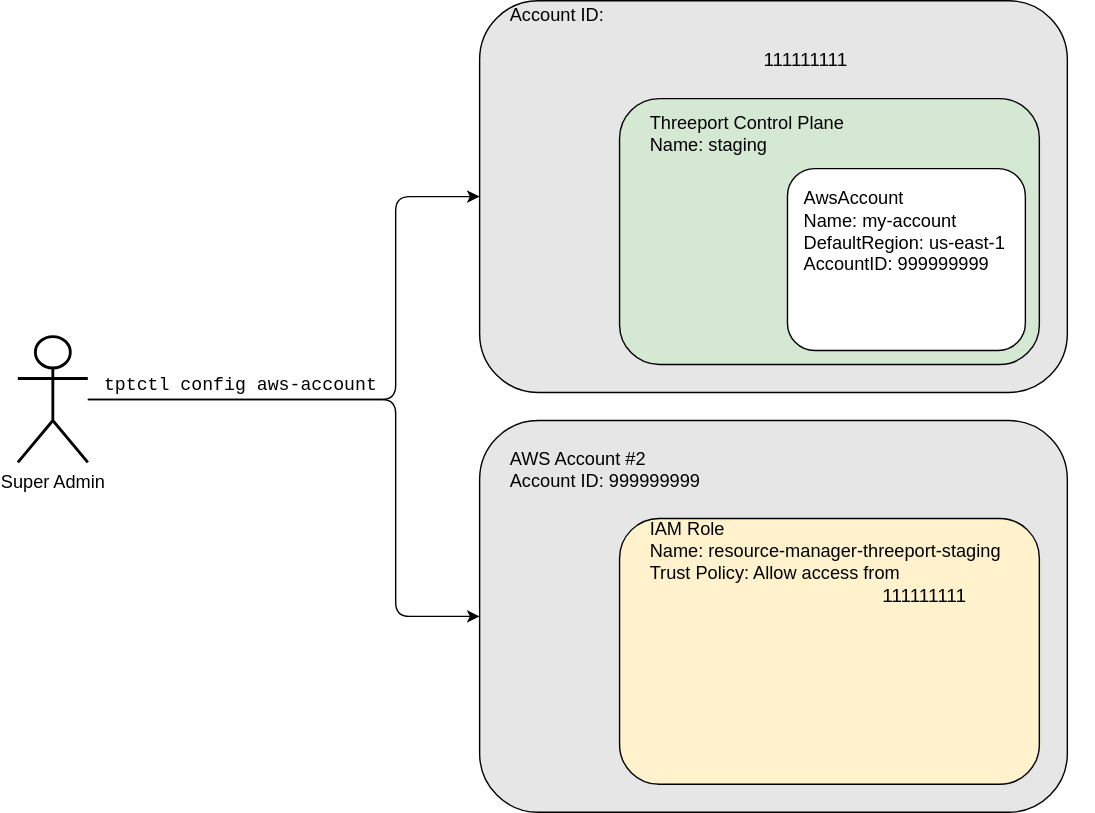
Before: docs/docs/img/ThreeportCrossAccountPermissions.drawio.svg, a diagram exported from draw.io (threeport/threeport). Source tidied: cells renumbered, new cells last; positions are measured from the earlier drawing's top-left corner, leaving out a move shared by most shapes.
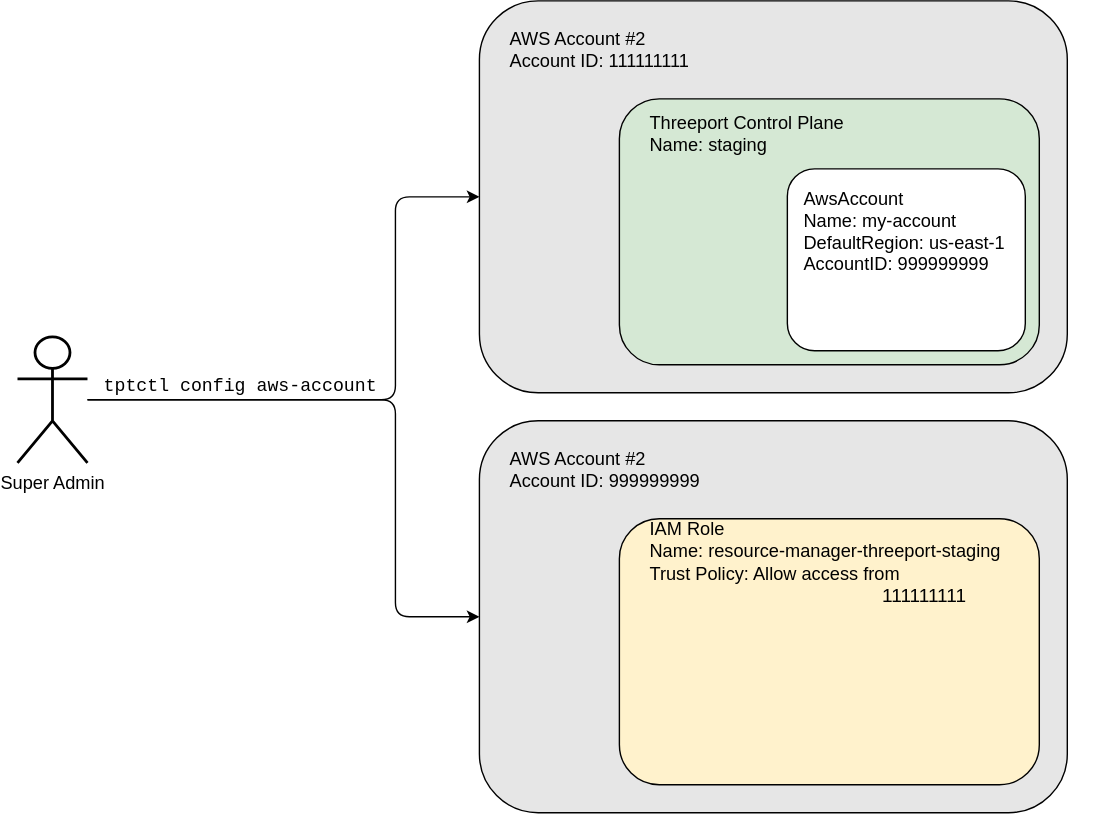
After the commit.

Commit message:
docs: proper ID label

Diff of the diagram source:
```diff
@@ -39,9 +39,6 @@
     <mxCell id="10" value="&lt;font face=&quot;Courier New&quot;&gt;tptctl config aws-account&lt;/font&gt;" style="text;strokeColor=none;align=left;fillColor=none;html=1;verticalAlign=middle;whiteSpace=wrap;rounded=0;fontSize=13;fontStyle=0;fontColor=#000000;" parent="1" vertex="1">
       <mxGeometry x="60" y="260" width="220" height="30" as="geometry" />
     </mxCell>
-    <mxCell id="11" value="&lt;font style=&quot;color: rgb(0, 0, 0);&quot;&gt;AWS Account #1&lt;/font&gt;&lt;div&gt;&lt;font style=&quot;color: rgb(0, 0, 0);&quot;&gt;Account ID:&amp;nbsp;&lt;/font&gt;&lt;span style=&quot;font-size: 13.6px; font-variant-ligatures: none; white-space: pre;&quot;&gt;&lt;font face=&quot;Helvetica&quot; style=&quot;color: rgb(0, 0, 0);&quot;&gt;111111111&lt;/font&gt;&lt;/span&gt;&lt;/div&gt;" style="text;strokeColor=none;align=left;fillColor=none;html=1;verticalAlign=middle;whiteSpace=wrap;rounded=0;fontSize=13;" parent="1" vertex="1">
-      <mxGeometry x="350" y="20" width="160" height="30" as="geometry" />
-    </mxCell>
     <mxCell id="12" value="&lt;font style=&quot;color: rgb(0, 0, 0);&quot;&gt;AwsAccount&amp;nbsp;&lt;/font&gt;&lt;div&gt;&lt;font style=&quot;color: rgb(0, 0, 0);&quot;&gt;Name: my-account&lt;/font&gt;&lt;/div&gt;&lt;div&gt;&lt;font style=&quot;color: rgb(0, 0, 0);&quot;&gt;&amp;nbsp;DefaultRegion: us-east-1 AccountID: 999999999&lt;/font&gt;&lt;/div&gt;" style="text;strokeColor=none;align=left;fillColor=none;html=1;verticalAlign=middle;whiteSpace=wrap;rounded=0;fontSize=13;" parent="1" vertex="1">
       <mxGeometry x="560" y="130" width="210" height="70" as="geometry" />
     </mxCell>
@@ -54,5 +51,8 @@
     <mxCell id="15" value="&lt;font style=&quot;color: rgb(0, 0, 0);&quot;&gt;IAM Role&lt;/font&gt;&lt;div&gt;&lt;font style=&quot;color: rgb(0, 0, 0);&quot;&gt;Name: resource-manager-threeport-staging&lt;/font&gt;&lt;/div&gt;&lt;div&gt;&lt;font style=&quot;color: rgb(0, 0, 0);&quot;&gt;Trust Policy: Allow access from&amp;nbsp;&lt;/font&gt;&lt;span style=&quot;color: rgb(0, 0, 0); font-size: 13.6px; font-variant-ligatures: none; white-space: pre; background-color: transparent;&quot;&gt;111111111&lt;/span&gt;&lt;span style=&quot;background-color: transparent;&quot;&gt;&amp;nbsp;&lt;/span&gt;&lt;/div&gt;" style="text;strokeColor=none;align=left;fillColor=none;html=1;verticalAlign=middle;whiteSpace=wrap;rounded=0;fontSize=13;" parent="1" vertex="1">
       <mxGeometry x="450" y="390" width="260" height="40" as="geometry" />
     </mxCell>
+    <mxCell id="16" value="&lt;font style=&quot;color: rgb(0, 0, 0);&quot;&gt;AWS Account #2&lt;/font&gt;&lt;div&gt;&lt;font style=&quot;color: rgb(0, 0, 0);&quot;&gt;Account ID: 111111111&lt;/font&gt;&lt;/div&gt;" style="text;strokeColor=none;align=left;fillColor=none;html=1;verticalAlign=middle;whiteSpace=wrap;rounded=0;fontSize=13;" parent="1" vertex="1">
+      <mxGeometry x="350" y="20" width="160" height="30" as="geometry" />
+    </mxCell>
   </root>
 </mxGraphModel>
```
